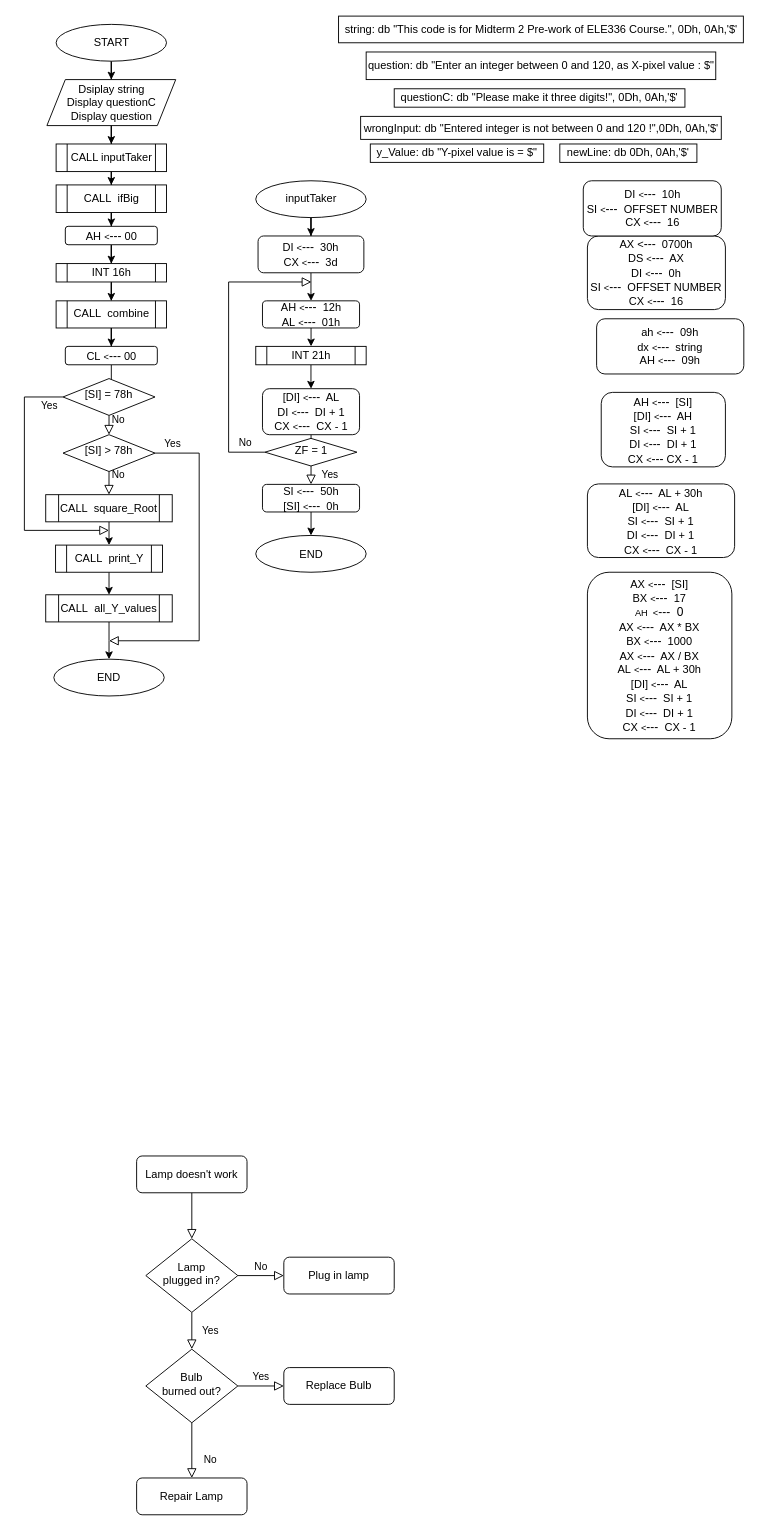
This is micro_mt2_1.drawio from mmuurraatt/My-Projects-On-Github, a draw.io file, before an edit. Source tidied: cells renumbered, new cells numbered last; positions are measured from the earlier drawing's top-left corner, leaving out a move shared by most shapes. Both pictures are drawn from the tidied source at 92%, with x=0, y=0 at pixel (24, 16).
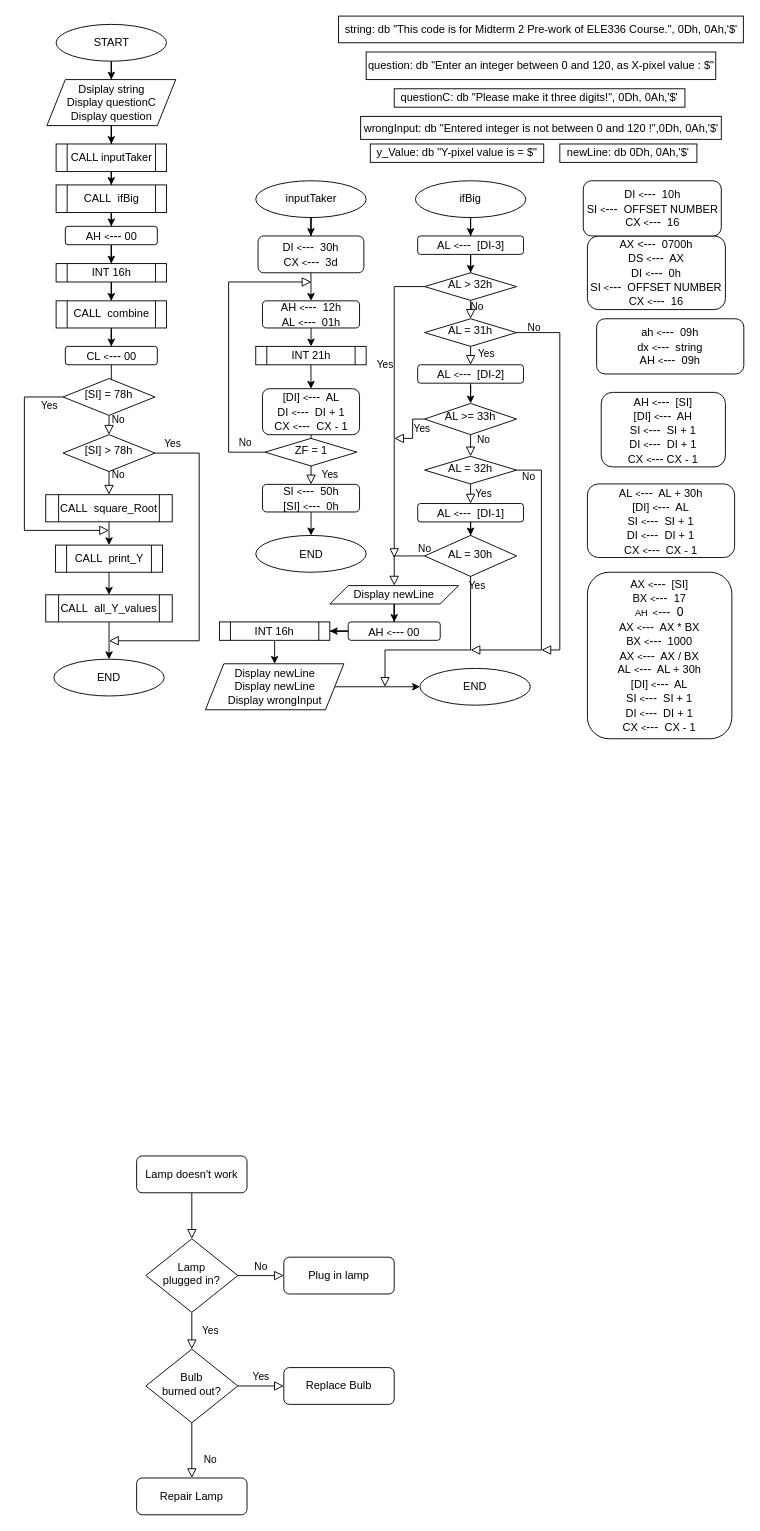
Above is the later version.

The edit, as a diff of the source:
```diff
@@
+    <mxCell id="72" style="edgeStyle=orthogonalEdgeStyle;rounded=0;jettySize=auto;html=1;" parent="1" edge="1" source="73" target="75">
+      <mxGeometry relative="1" as="geometry" />
+    </mxCell>
+    <mxCell id="73" value="ifBig" style="ellipse;whiteSpace=wrap;html=1;" parent="1" vertex="1">
+      <mxGeometry x="425" y="179" width="120" height="40" as="geometry" />
+    </mxCell>
+    <mxCell id="74" style="edgeStyle=orthogonalEdgeStyle;rounded=0;jettySize=auto;html=1;" parent="1" edge="1" source="75" target="76">
+      <mxGeometry relative="1" as="geometry" />
+    </mxCell>
+    <mxCell id="75" value="AL&amp;nbsp;&lt;font style=&quot;font-size: 10px&quot;&gt;&amp;lt;&lt;/font&gt;&lt;font style=&quot;font-size: 13px&quot;&gt;---&lt;/font&gt;&amp;nbsp; [DI-3]" style="rounded=1;whiteSpace=wrap;html=1;fontSize=12;glass=0;strokeWidth=1;shadow=0;" parent="1" vertex="1">
+      <mxGeometry x="427.5" y="239" width="115" height="20" as="geometry" />
+    </mxCell>
+    <mxCell id="76" value="AL &amp;gt; 32h" style="rhombus;whiteSpace=wrap;html=1;shadow=0;fontFamily=Helvetica;fontSize=12;align=center;strokeWidth=1;spacing=6;spacingTop=-4;" parent="1" vertex="1">
+      <mxGeometry x="435" y="279" width="100" height="30" as="geometry" />
+    </mxCell>
+    <mxCell id="77" value="No" style="rounded=0;html=1;jettySize=auto;fontSize=11;endArrow=block;endFill=0;endSize=8;strokeWidth=1;shadow=0;labelBackgroundColor=none;edgeStyle=orthogonalEdgeStyle;exitX=0.5;exitY=1;exitDx=0;exitDy=0;entryX=0.5;entryY=0;entryDx=0;entryDy=0;" parent="1" edge="1" source="76" target="79">
+      <mxGeometry x="-0.33" y="7" relative="1" as="geometry" />
+    </mxCell>
+    <mxCell id="78" value="Yes" style="rounded=0;html=1;jettySize=auto;fontSize=11;endArrow=block;endFill=0;endSize=8;strokeWidth=1;shadow=0;labelBackgroundColor=none;edgeStyle=orthogonalEdgeStyle;exitX=0;exitY=0.5;exitDx=0;exitDy=0;" parent="1" edge="1" source="76">
+      <mxGeometry x="-0.28" y="-10" relative="1" as="geometry">
+        <mxPoint x="402" y="589" as="targetPoint" />
+        <Array as="points">
+          <mxPoint x="402" y="294" />
+        </Array>
+      </mxGeometry>
+    </mxCell>
+    <mxCell id="79" value="AL = 31h" style="rhombus;whiteSpace=wrap;html=1;shadow=0;fontFamily=Helvetica;fontSize=12;align=center;strokeWidth=1;spacing=6;spacingTop=-4;" parent="1" vertex="1">
+      <mxGeometry x="435" y="329" width="100" height="30" as="geometry" />
+    </mxCell>
+    <mxCell id="80" value="No" style="rounded=0;html=1;jettySize=auto;fontSize=11;endArrow=block;endFill=0;endSize=8;strokeWidth=1;shadow=0;labelBackgroundColor=none;edgeStyle=orthogonalEdgeStyle;exitX=1;exitY=0.5;exitDx=0;exitDy=0;" parent="1" edge="1" source="79">
+      <mxGeometry x="-0.91" y="5" relative="1" as="geometry">
+        <mxPoint x="562" y="689" as="targetPoint" />
+        <Array as="points">
+          <mxPoint x="582" y="344" />
+          <mxPoint x="582" y="689" />
+          <mxPoint x="562" y="689" />
+        </Array>
+      </mxGeometry>
+    </mxCell>
+    <mxCell id="81" value="Yes" style="rounded=0;html=1;jettySize=auto;fontSize=11;endArrow=block;endFill=0;endSize=8;strokeWidth=1;shadow=0;labelBackgroundColor=none;edgeStyle=orthogonalEdgeStyle;exitX=0.5;exitY=1;exitDx=0;exitDy=0;entryX=0.5;entryY=0;entryDx=0;entryDy=0;" parent="1" edge="1" source="79" target="83">
+      <mxGeometry x="-0.23" y="17" relative="1" as="geometry">
+        <Array as="points">
+          <mxPoint x="485" y="369" />
+          <mxPoint x="485" y="369" />
+        </Array>
+      </mxGeometry>
+    </mxCell>
+    <mxCell id="82" style="edgeStyle=orthogonalEdgeStyle;rounded=0;jettySize=auto;html=1;" parent="1" edge="1" source="83" target="84">
+      <mxGeometry relative="1" as="geometry" />
+    </mxCell>
+    <mxCell id="83" value="AL&amp;nbsp;&lt;font style=&quot;font-size: 10px&quot;&gt;&amp;lt;&lt;/font&gt;&lt;font style=&quot;font-size: 13px&quot;&gt;---&lt;/font&gt;&amp;nbsp; [DI-2]" style="rounded=1;whiteSpace=wrap;html=1;fontSize=12;glass=0;strokeWidth=1;shadow=0;" parent="1" vertex="1">
+      <mxGeometry x="427.5" y="379" width="115" height="20" as="geometry" />
+    </mxCell>
+    <mxCell id="84" value="AL &amp;gt;= 33h" style="rhombus;whiteSpace=wrap;html=1;shadow=0;fontFamily=Helvetica;fontSize=12;align=center;strokeWidth=1;spacing=6;spacingTop=-4;" parent="1" vertex="1">
+      <mxGeometry x="435" y="421" width="100" height="34" as="geometry" />
+    </mxCell>
+    <mxCell id="85" value="No" style="rounded=0;html=1;jettySize=auto;fontSize=11;endArrow=block;endFill=0;endSize=8;strokeWidth=1;shadow=0;labelBackgroundColor=none;edgeStyle=orthogonalEdgeStyle;exitX=0.5;exitY=1;exitDx=0;exitDy=0;entryX=0.5;entryY=0;entryDx=0;entryDy=0;" parent="1" edge="1" source="84" target="86">
+      <mxGeometry x="-0.51" y="14" relative="1" as="geometry">
+        <Array as="points">
+          <mxPoint x="485" y="469" />
+          <mxPoint x="485" y="469" />
+        </Array>
+      </mxGeometry>
+    </mxCell>
+    <mxCell id="86" value="AL = 32h" style="rhombus;whiteSpace=wrap;html=1;shadow=0;fontFamily=Helvetica;fontSize=12;align=center;strokeWidth=1;spacing=6;spacingTop=-4;" parent="1" vertex="1">
+      <mxGeometry x="435" y="478.5" width="100" height="30" as="geometry" />
+    </mxCell>
+    <mxCell id="87" value="Yes" style="rounded=0;html=1;jettySize=auto;fontSize=11;endArrow=block;endFill=0;endSize=8;strokeWidth=1;shadow=0;labelBackgroundColor=none;edgeStyle=orthogonalEdgeStyle;exitX=0;exitY=0.5;exitDx=0;exitDy=0;" parent="1" edge="1" source="84">
+      <mxGeometry x="-0.11" y="10" relative="1" as="geometry">
+        <mxPoint x="402" y="459" as="targetPoint" />
+        <Array as="points">
+          <mxPoint x="422" y="438" />
+          <mxPoint x="422" y="459" />
+        </Array>
+      </mxGeometry>
+    </mxCell>
+    <mxCell id="88" value="Yes" style="rounded=0;html=1;jettySize=auto;fontSize=11;endArrow=block;endFill=0;endSize=8;strokeWidth=1;shadow=0;labelBackgroundColor=none;edgeStyle=orthogonalEdgeStyle;exitX=0.5;exitY=1;exitDx=0;exitDy=0;" parent="1" edge="1" source="86" target="91">
+      <mxGeometry x="-0.03" y="14" relative="1" as="geometry">
+        <Array as="points">
+          <mxPoint x="485" y="509" />
+          <mxPoint x="485" y="509" />
+        </Array>
+      </mxGeometry>
+    </mxCell>
+    <mxCell id="89" value="No" style="rounded=0;html=1;jettySize=auto;fontSize=11;endArrow=block;endFill=0;endSize=8;strokeWidth=1;shadow=0;labelBackgroundColor=none;edgeStyle=orthogonalEdgeStyle;exitX=1;exitY=0.5;exitDx=0;exitDy=0;" parent="1" edge="1" source="86">
+      <mxGeometry x="-0.91" y="-7" relative="1" as="geometry">
+        <mxPoint x="485" y="689" as="targetPoint" />
+        <Array as="points">
+          <mxPoint x="562" y="494" />
+          <mxPoint x="562" y="689" />
+          <mxPoint x="485" y="689" />
+        </Array>
+      </mxGeometry>
+    </mxCell>
+    <mxCell id="90" style="edgeStyle=orthogonalEdgeStyle;rounded=0;jettySize=auto;html=1;" parent="1" edge="1" source="91" target="92">
+      <mxGeometry relative="1" as="geometry" />
+    </mxCell>
+    <mxCell id="91" value="AL&amp;nbsp;&lt;font style=&quot;font-size: 10px&quot;&gt;&amp;lt;&lt;/font&gt;&lt;font style=&quot;font-size: 13px&quot;&gt;---&lt;/font&gt;&amp;nbsp; [DI-1]" style="rounded=1;whiteSpace=wrap;html=1;fontSize=12;glass=0;strokeWidth=1;shadow=0;" parent="1" vertex="1">
+      <mxGeometry x="427.5" y="529.8" width="115" height="20" as="geometry" />
+    </mxCell>
+    <mxCell id="92" value="AL = 30h" style="rhombus;whiteSpace=wrap;html=1;shadow=0;fontFamily=Helvetica;fontSize=12;align=center;strokeWidth=1;spacing=6;spacingTop=-4;" parent="1" vertex="1">
+      <mxGeometry x="435" y="564.5" width="100" height="44.5" as="geometry" />
+    </mxCell>
+    <mxCell id="93" value="Yes" style="rounded=0;html=1;jettySize=auto;fontSize=11;endArrow=block;endFill=0;endSize=8;strokeWidth=1;shadow=0;labelBackgroundColor=none;edgeStyle=orthogonalEdgeStyle;exitX=0.5;exitY=1;exitDx=0;exitDy=0;" parent="1" edge="1" source="92">
+      <mxGeometry x="-0.91" y="7" relative="1" as="geometry">
+        <mxPoint x="392" y="729" as="targetPoint" />
+        <Array as="points">
+          <mxPoint x="485" y="689" />
+          <mxPoint x="392" y="689" />
+          <mxPoint x="392" y="729" />
+        </Array>
+      </mxGeometry>
+    </mxCell>
+    <mxCell id="94" value="No" style="rounded=0;html=1;jettySize=auto;fontSize=11;endArrow=block;endFill=0;endSize=8;strokeWidth=1;shadow=0;labelBackgroundColor=none;edgeStyle=orthogonalEdgeStyle;exitX=0;exitY=0.5;exitDx=0;exitDy=0;entryX=0.5;entryY=0;entryDx=0;entryDy=0;" parent="1" edge="1" source="92" target="96">
+      <mxGeometry x="-1" y="-8" relative="1" as="geometry">
+        <Array as="points">
+          <mxPoint x="402" y="587" />
+        </Array>
+      </mxGeometry>
+    </mxCell>
+    <mxCell id="95" style="edgeStyle=orthogonalEdgeStyle;rounded=0;jettySize=auto;html=1;entryX=0.5;entryY=0;entryDx=0;entryDy=0;" parent="1" edge="1" source="96" target="98">
+      <mxGeometry relative="1" as="geometry" />
+    </mxCell>
+    <mxCell id="96" value="Display newLine&lt;br&gt;" style="shape=parallelogram;perimeter=parallelogramPerimeter;whiteSpace=wrap;html=1;fixedSize=1;" parent="1" vertex="1">
+      <mxGeometry x="332" y="619" width="140" height="20" as="geometry" />
+    </mxCell>
+    <mxCell id="97" style="edgeStyle=orthogonalEdgeStyle;rounded=0;jettySize=auto;html=1;" parent="1" edge="1" source="98" target="100">
+      <mxGeometry relative="1" as="geometry" />
+    </mxCell>
+    <mxCell id="98" value="AH&amp;nbsp;&lt;font style=&quot;font-size: 10px&quot;&gt;&amp;lt;&lt;/font&gt;&lt;font style=&quot;font-size: 13px&quot;&gt;---&lt;/font&gt;&amp;nbsp;00" style="rounded=1;whiteSpace=wrap;html=1;fontSize=12;glass=0;strokeWidth=1;shadow=0;" parent="1" vertex="1">
+      <mxGeometry x="352" y="658.5" width="100" height="20" as="geometry" />
+    </mxCell>
+    <mxCell id="99" style="edgeStyle=orthogonalEdgeStyle;rounded=0;jettySize=auto;html=1;" parent="1" edge="1" source="100" target="102">
+      <mxGeometry relative="1" as="geometry" />
+    </mxCell>
+    <mxCell id="100" value="INT 16h" style="shape=process;whiteSpace=wrap;html=1;backgroundOutline=1;" parent="1" vertex="1">
+      <mxGeometry x="212" y="658.5" width="120" height="20" as="geometry" />
+    </mxCell>
+    <mxCell id="101" style="edgeStyle=orthogonalEdgeStyle;rounded=0;jettySize=auto;html=1;" parent="1" edge="1" source="102" target="103">
+      <mxGeometry relative="1" as="geometry" />
+    </mxCell>
+    <mxCell id="102" value="Display newLine&lt;br&gt;Display newLine&lt;br&gt;Display wrongInput" style="shape=parallelogram;perimeter=parallelogramPerimeter;whiteSpace=wrap;html=1;fixedSize=1;" parent="1" vertex="1">
+      <mxGeometry x="196.8" y="704" width="150.5" height="50" as="geometry" />
+    </mxCell>
+    <mxCell id="103" value="END" style="ellipse;whiteSpace=wrap;html=1;" parent="1" vertex="1">
+      <mxGeometry x="430" y="709" width="120" height="40" as="geometry" />
+    </mxCell>
```
